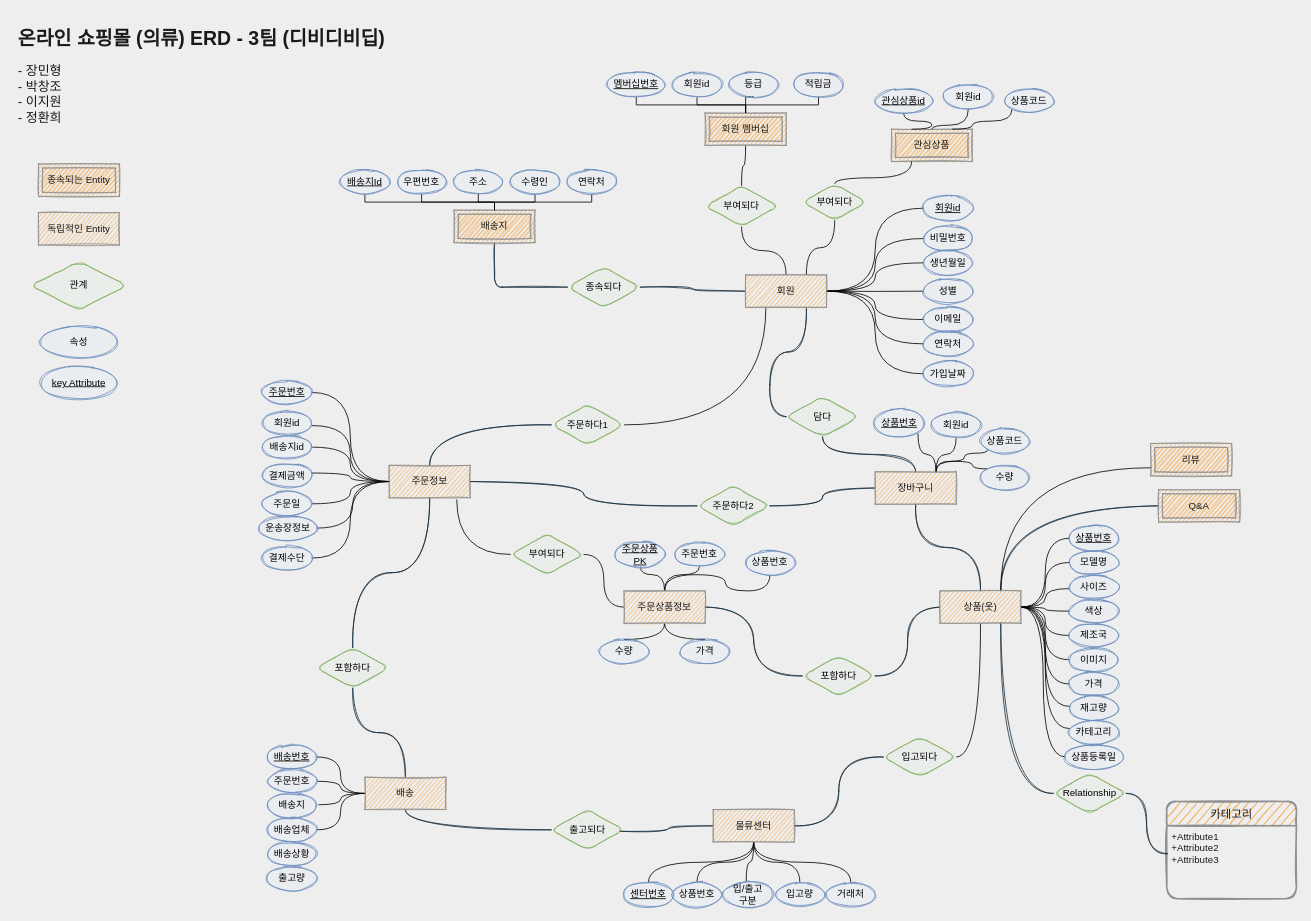
Before: page "페이지-2" (2 of 3) of Untitled Diagram.drawio in pcjo1202/DataBase-design, a draw.io diagram. Source tidied: cells renumbered, new cells numbered last; positions are measured from the earlier drawing's top-left corner, leaving out a move shared by most shapes. Both pictures are drawn from the tidied source at 81%, with x=0, y=0 at pixel (14, 22).
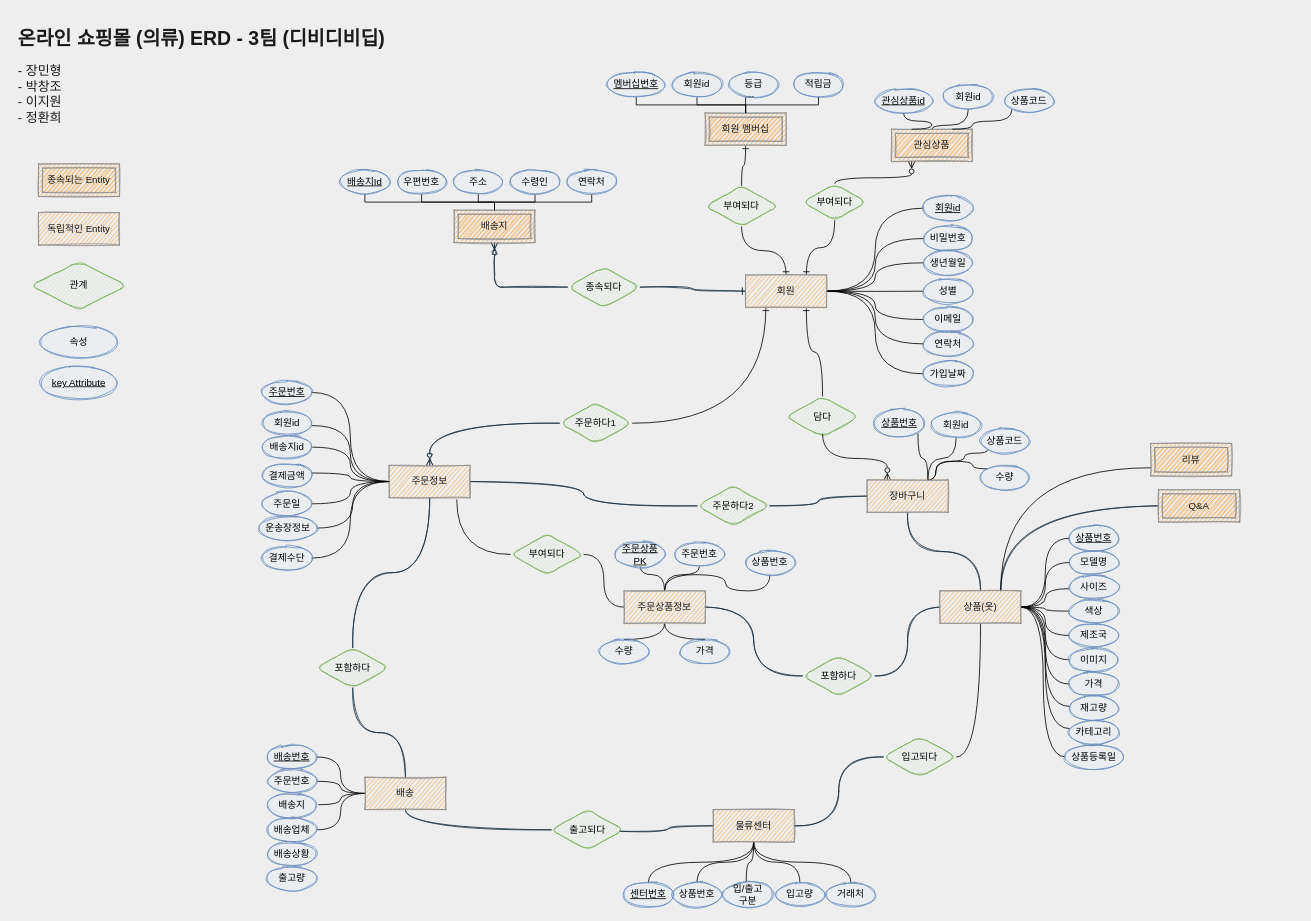
The same page after the edit.

The change refers to these unchanged cells:
```xml
<mxCell id="11" value="부여되다" style="shape=rhombus;perimeter=rhombusPerimeter;whiteSpace=wrap;html=1;align=center;fillColor=#d5e8d4;strokeColor=#82b366;sketch=1;rounded=1;" parent="1" vertex="1">
  <mxGeometry x="853" y="202" width="90" height="50" as="geometry" />
</mxCell>
<mxCell id="14" value="종속되다" style="shape=rhombus;perimeter=rhombusPerimeter;whiteSpace=wrap;html=1;align=center;fillColor=#d5e8d4;strokeColor=#82b366;sketch=1;rounded=1;" parent="1" vertex="1">
  <mxGeometry x="683" y="302" width="90" height="50" as="geometry" />
</mxCell>
<mxCell id="16" value="담다" style="shape=rhombus;perimeter=rhombusPerimeter;whiteSpace=wrap;html=1;align=center;fillColor=#d5e8d4;strokeColor=#82b366;sketch=1;rounded=1;" parent="1" vertex="1">
  <mxGeometry x="953" y="462" width="90" height="50" as="geometry" />
</mxCell>
<mxCell id="42" value="회원 멤버십" style="shape=ext;margin=3;double=1;whiteSpace=wrap;html=1;align=center;rounded=0;sketch=1;fontColor=#1A1A1A;strokeColor=#909090;fillColor=#F5AB50;" parent="1" vertex="1">
  <mxGeometry x="853" y="112" width="100" height="40" as="geometry" />
</mxCell>
<mxCell id="46" value="배송지" style="shape=ext;margin=3;double=1;whiteSpace=wrap;html=1;align=center;rounded=0;sketch=1;fontColor=#1A1A1A;strokeColor=#909090;fillColor=#F5AB50;" parent="1" vertex="1">
  <mxGeometry x="543" y="232" width="100" height="40" as="geometry" />
</mxCell>
<mxCell id="61" value="회원" style="whiteSpace=wrap;html=1;align=center;rounded=0;sketch=1;fontColor=#1A1A1A;strokeColor=#909090;fillColor=#F5AB50;" parent="1" vertex="1">
  <mxGeometry x="903" y="312" width="100" height="40" as="geometry" />
</mxCell>
<mxCell id="68" value="주문정보" style="whiteSpace=wrap;html=1;align=center;rounded=0;sketch=1;fontColor=#1A1A1A;strokeColor=#909090;fillColor=#F5AB50;direction=west;" parent="1" vertex="1">
  <mxGeometry x="463" y="547" width="100" height="40" as="geometry" />
</mxCell>
<mxCell id="90" value="상품(옷)" style="whiteSpace=wrap;html=1;align=center;rounded=0;sketch=1;fontColor=#1A1A1A;strokeColor=#909090;fillColor=#F5AB50;direction=west;" parent="1" vertex="1">
  <mxGeometry x="1143" y="702" width="100" height="40" as="geometry" />
</mxCell>
<mxCell id="115" value="관심상품" style="shape=ext;margin=3;double=1;whiteSpace=wrap;html=1;align=center;rounded=0;sketch=1;fontColor=#1A1A1A;strokeColor=#909090;fillColor=#F5AB50;" parent="1" vertex="1">
  <mxGeometry x="1083" y="132" width="100" height="40" as="geometry" />
</mxCell>
<mxCell id="117" value="부여되다" style="shape=rhombus;perimeter=rhombusPerimeter;whiteSpace=wrap;html=1;align=center;fillColor=#d5e8d4;strokeColor=#82b366;sketch=1;rounded=1;" parent="1" vertex="1">
  <mxGeometry x="973" y="199.5" width="80" height="45" as="geometry" />
</mxCell>
```

Change to the diagram source:
```diff
@@
-    <mxCell id="3" style="edgeStyle=orthogonalEdgeStyle;jettySize=auto;html=1;exitX=0.25;exitY=1;exitDx=0;exitDy=0;entryX=1;entryY=0.5;entryDx=0;entryDy=0;endArrow=none;endFill=0;curved=1;" parent="1" edge="1" source="61" target="8">
+    <mxCell id="3" style="edgeStyle=orthogonalEdgeStyle;jettySize=auto;html=1;exitX=0.25;exitY=1;exitDx=0;exitDy=0;entryX=1;entryY=0.5;entryDx=0;entryDy=0;endArrow=none;endFill=0;curved=1;startArrow=ERone;startFill=0;" parent="1" edge="1" source="61" target="8">
       <mxGeometry relative="1" as="geometry" />
     </mxCell>
-    <mxCell id="4" style="edgeStyle=orthogonalEdgeStyle;curved=1;rounded=1;sketch=1;jettySize=auto;html=1;fontColor=#1A1A1A;endArrow=none;endFill=0;strokeColor=#182E3E;entryX=0.5;entryY=1;entryDx=0;entryDy=0;exitX=0.5;exitY=1;exitDx=0;exitDy=0;" parent="1" edge="1" source="79" target="16">
-      <mxGeometry relative="1" as="geometry" />
-    </mxCell>
-    <mxCell id="5" value="카테고리" style="swimlane;horizontal=1;startSize=30;rounded=1;fontSize=14;fontStyle=0;strokeWidth=2;shadow=0;dashed=0;align=center;fillColor=#F5AB50;strokeColor=#909090;fontColor=#1A1A1A;sketch=1;" parent="1" vertex="1">
-      <mxGeometry x="1423" y="962" width="160" height="120" as="geometry" />
-    </mxCell>
-    <mxCell id="6" value="+Attribute1&#10;+Attribute2&#10;+Attribute3" style="align=left;strokeColor=none;fillColor=none;spacingLeft=4;fontSize=12;verticalAlign=top;fontColor=#1A1A1A;sketch=1;rounded=1;" parent="5" vertex="1">
-      <mxGeometry y="30" width="160" height="90" as="geometry" />
-    </mxCell>
-    <mxCell id="7" style="edgeStyle=orthogonalEdgeStyle;rounded=1;jettySize=auto;html=1;exitX=0;exitY=0.5;exitDx=0;exitDy=0;entryX=0.5;entryY=1;entryDx=0;entryDy=0;labelBackgroundColor=#EEEEEE;strokeColor=#182E3E;fontColor=#1A1A1A;curved=1;sketch=1;endArrow=none;endFill=0;" parent="1" edge="1" source="8" target="68">
+    <mxCell id="7" style="edgeStyle=orthogonalEdgeStyle;rounded=1;jettySize=auto;html=1;exitX=0;exitY=0.5;exitDx=0;exitDy=0;entryX=0.5;entryY=1;entryDx=0;entryDy=0;labelBackgroundColor=#EEEEEE;strokeColor=#182E3E;fontColor=#1A1A1A;curved=1;sketch=1;endArrow=ERzeroToMany;endFill=0;" parent="1" edge="1" source="8" target="68">
       <mxGeometry relative="1" as="geometry" />
     </mxCell>
     <mxCell id="8" value="주문하다1" style="shape=rhombus;perimeter=rhombusPerimeter;whiteSpace=wrap;html=1;align=center;fillColor=#d5e8d4;strokeColor=#82b366;sketch=1;rounded=1;" parent="1" vertex="1">
-      <mxGeometry x="663" y="472" width="90" height="50" as="geometry" />
+      <mxGeometry x="673" y="470" width="90" height="50" as="geometry" />
     </mxCell>
-    <mxCell id="9" style="edgeStyle=orthogonalEdgeStyle;jettySize=auto;html=1;entryX=0.5;entryY=0;entryDx=0;entryDy=0;endArrow=none;endFill=0;curved=1;" parent="1" edge="1" source="11" target="61">
+    <mxCell id="9" style="edgeStyle=orthogonalEdgeStyle;jettySize=auto;html=1;entryX=0.5;entryY=0;entryDx=0;entryDy=0;endArrow=ERone;endFill=0;curved=1;" parent="1" edge="1" source="11" target="61">
       <mxGeometry relative="1" as="geometry" />
     </mxCell>
-    <mxCell id="10" style="edgeStyle=orthogonalEdgeStyle;jettySize=auto;html=1;entryX=0.5;entryY=1;entryDx=0;entryDy=0;endArrow=none;endFill=0;curved=1;exitX=0.5;exitY=0;exitDx=0;exitDy=0;" parent="1" edge="1" source="11" target="42">
+    <mxCell id="10" style="edgeStyle=orthogonalEdgeStyle;jettySize=auto;html=1;entryX=0.5;entryY=1;entryDx=0;entryDy=0;endArrow=ERone;endFill=0;curved=1;exitX=0.5;exitY=0;exitDx=0;exitDy=0;" parent="1" edge="1" source="11" target="42">
       <mxGeometry relative="1" as="geometry" />
     </mxCell>
@@
-    <mxCell id="12" style="edgeStyle=orthogonalEdgeStyle;curved=0;rounded=1;sketch=1;jettySize=auto;html=1;exitX=0;exitY=0.5;exitDx=0;exitDy=0;entryX=0.5;entryY=1;entryDx=0;entryDy=0;fontColor=#1A1A1A;strokeColor=#182E3E;endArrow=none;endFill=0;" parent="1" edge="1" source="14" target="46">
+    <mxCell id="12" style="edgeStyle=orthogonalEdgeStyle;curved=0;rounded=1;sketch=1;jettySize=auto;html=1;exitX=0;exitY=0.5;exitDx=0;exitDy=0;entryX=0.5;entryY=1;entryDx=0;entryDy=0;fontColor=#1A1A1A;strokeColor=#182E3E;endArrow=ERzeroToMany;endFill=0;" parent="1" edge="1" source="14" target="46">
       <mxGeometry relative="1" as="geometry" />
     </mxCell>
-    <mxCell id="13" style="edgeStyle=orthogonalEdgeStyle;sketch=1;jettySize=auto;html=1;exitX=1;exitY=0.5;exitDx=0;exitDy=0;entryX=0;entryY=0.5;entryDx=0;entryDy=0;fontColor=#1A1A1A;strokeColor=#182E3E;endArrow=none;endFill=0;curved=1;" parent="1" edge="1" source="14" target="61">
+    <mxCell id="13" style="edgeStyle=orthogonalEdgeStyle;sketch=1;jettySize=auto;html=1;exitX=1;exitY=0.5;exitDx=0;exitDy=0;entryX=0;entryY=0.5;entryDx=0;entryDy=0;fontColor=#1A1A1A;strokeColor=#182E3E;endArrow=ERone;endFill=0;curved=1;" parent="1" edge="1" source="14" target="61">
       <mxGeometry relative="1" as="geometry" />
     </mxCell>
@@
-    <mxCell id="15" style="edgeStyle=orthogonalEdgeStyle;curved=1;rounded=1;sketch=1;jettySize=auto;html=1;fontColor=#1A1A1A;endArrow=none;endFill=0;strokeColor=#182E3E;exitX=0;exitY=0.5;exitDx=0;exitDy=0;entryX=0.75;entryY=1;entryDx=0;entryDy=0;" parent="1" edge="1" source="16" target="61">
+    <mxCell id="15" style="edgeStyle=orthogonalEdgeStyle;curved=1;jettySize=auto;html=1;exitX=0.5;exitY=0;exitDx=0;exitDy=0;entryX=0.75;entryY=1;entryDx=0;entryDy=0;startArrow=none;startFill=0;endArrow=ERone;endFill=0;" parent="1" edge="1" source="16" target="61">
       <mxGeometry relative="1" as="geometry" />
     </mxCell>
@@
-    <mxCell id="29" style="edgeStyle=orthogonalEdgeStyle;curved=1;rounded=1;sketch=1;jettySize=auto;html=1;exitX=1;exitY=0.5;exitDx=0;exitDy=0;entryX=0.005;entryY=0.384;entryDx=0;entryDy=0;entryPerimeter=0;fontColor=#1A1A1A;endArrow=none;endFill=0;strokeColor=#182E3E;" parent="1" edge="1" source="30" target="6">
-      <mxGeometry relative="1" as="geometry" />
-    </mxCell>
-    <mxCell id="30" value="Relationship" style="shape=rhombus;perimeter=rhombusPerimeter;whiteSpace=wrap;html=1;align=center;fillColor=#d5e8d4;strokeColor=#82b366;sketch=1;rounded=1;" parent="1" vertex="1">
-      <mxGeometry x="1283" y="927" width="90" height="50" as="geometry" />
-    </mxCell>
-    <mxCell id="31" style="edgeStyle=orthogonalEdgeStyle;curved=1;rounded=1;sketch=1;jettySize=auto;html=1;exitX=0.25;exitY=0;exitDx=0;exitDy=0;entryX=0;entryY=0.5;entryDx=0;entryDy=0;fontColor=#1A1A1A;endArrow=none;endFill=0;strokeColor=#182E3E;" parent="1" edge="1" source="90" target="30">
-      <mxGeometry relative="1" as="geometry" />
-    </mxCell>
@@
-    <mxCell id="53" style="edgeStyle=orthogonalEdgeStyle;jettySize=auto;html=1;exitX=0.75;exitY=0;exitDx=0;exitDy=0;entryX=0.5;entryY=1;entryDx=0;entryDy=0;endArrow=none;endFill=0;curved=1;" parent="1" edge="1" source="61" target="117">
+    <mxCell id="53" style="edgeStyle=orthogonalEdgeStyle;jettySize=auto;html=1;exitX=0.75;exitY=0;exitDx=0;exitDy=0;entryX=0.5;entryY=1;entryDx=0;entryDy=0;endArrow=none;endFill=0;curved=1;startArrow=ERone;startFill=0;" parent="1" edge="1" source="61" target="117">
       <mxGeometry relative="1" as="geometry" />
     </mxCell>
@@
+    <mxCell id="4" style="edgeStyle=orthogonalEdgeStyle;jettySize=auto;html=1;exitX=0.75;exitY=1;exitDx=0;exitDy=0;entryX=0.5;entryY=0.924;entryDx=0;entryDy=0;entryPerimeter=0;startArrow=ERzeroToMany;startFill=0;endArrow=none;endFill=0;curved=1;" parent="1" edge="1" source="79" target="16">
+      <mxGeometry relative="1" as="geometry" />
+    </mxCell>
     <mxCell id="79" value="장바구니" style="whiteSpace=wrap;html=1;align=center;rounded=0;sketch=1;fontColor=#1A1A1A;strokeColor=#909090;fillColor=#F5AB50;direction=west;" parent="1" vertex="1">
-      <mxGeometry x="1063" y="555" width="100" height="40" as="geometry" />
+      <mxGeometry x="1053" y="565" width="100" height="40" as="geometry" />
     </mxCell>
@@
-    <mxCell id="116" style="edgeStyle=orthogonalEdgeStyle;curved=1;jettySize=auto;html=1;exitX=0.5;exitY=0;exitDx=0;exitDy=0;entryX=0.25;entryY=1;entryDx=0;entryDy=0;endArrow=none;endFill=0;" parent="1" edge="1" source="117" target="115">
+    <mxCell id="116" style="edgeStyle=orthogonalEdgeStyle;curved=1;jettySize=auto;html=1;exitX=0.5;exitY=0;exitDx=0;exitDy=0;entryX=0.25;entryY=1;entryDx=0;entryDy=0;endArrow=ERzeroToMany;endFill=0;" parent="1" edge="1" source="117" target="115">
       <mxGeometry relative="1" as="geometry">
         <Array as="points">
           <mxPoint x="1013" y="192" />
           <mxPoint x="1108" y="192" />
         </Array>
       </mxGeometry>
     </mxCell>
```
